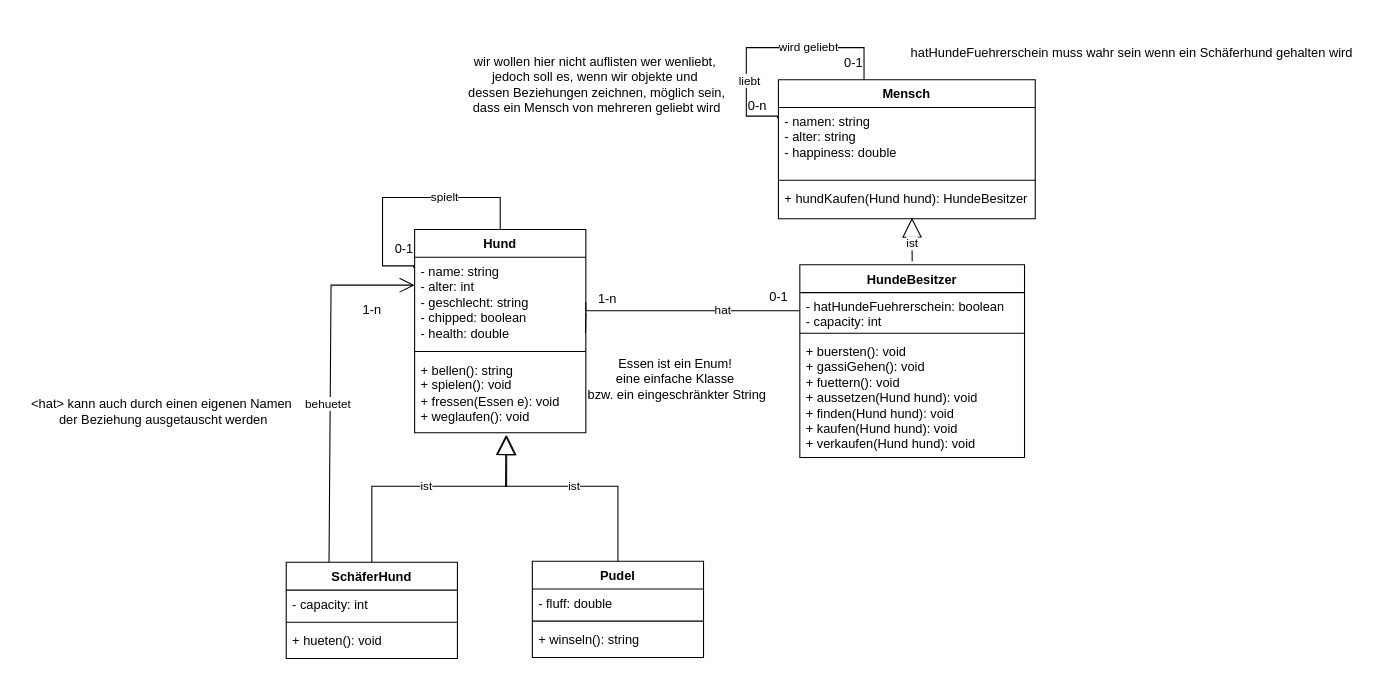
This is JET/modul_1_c#_basics/L04KlassenMethoden/Exercise1/UML/UML-Klassendiagramm-Hunde.drawio from MrStrelow/BBRZ, a draw.io file, before an edit. Source tidied: cells renumbered, new cells numbered last; positions are measured from the earlier drawing's top-left corner, leaving out a move shared by most shapes. Both pictures are drawn from the tidied source at 107%, with x=0, y=0 at pixel (18, 36).
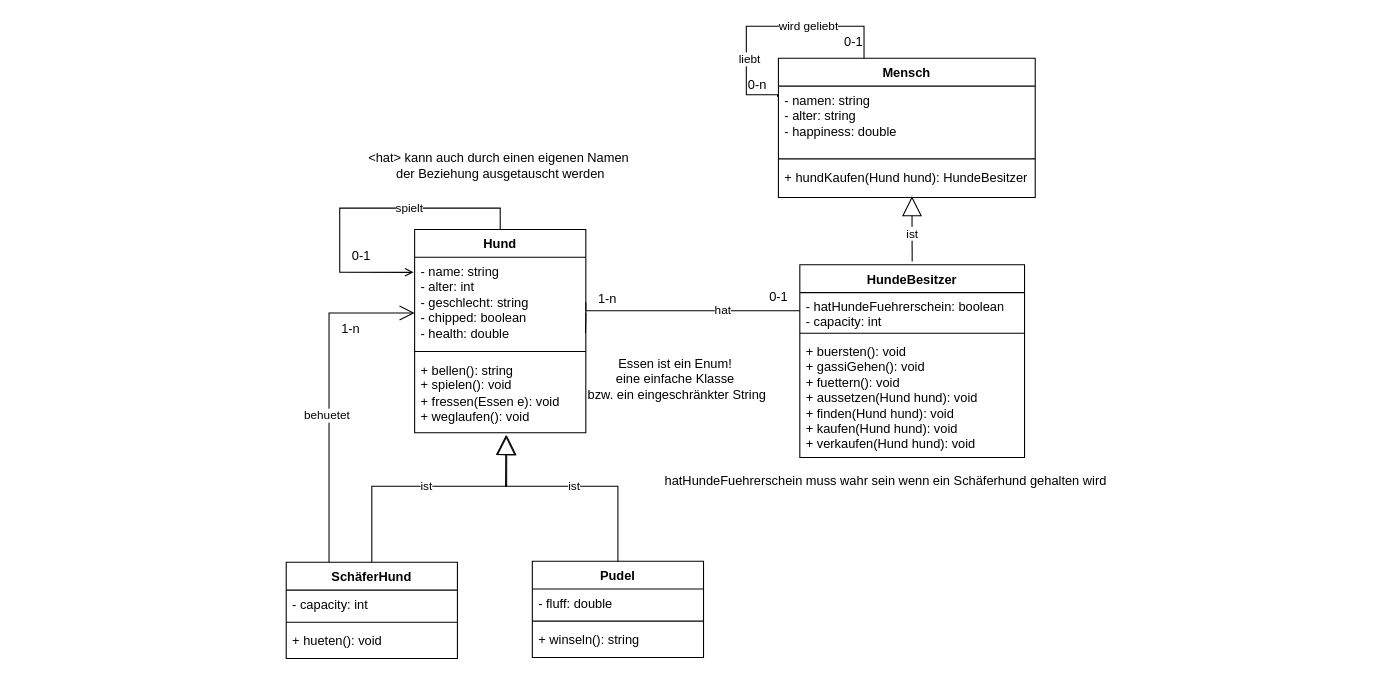
The same diagram, later.

Unchanged cells that the change refers to:
```xml
<mxCell id="2" value="Hund" style="swimlane;fontStyle=1;align=center;verticalAlign=top;horizontal=1;startSize=26;whiteSpace=wrap;html=1;" parent="1" vertex="1">
  <mxGeometry x="370" y="180" width="160" height="190" as="geometry" />
</mxCell>
<mxCell id="3" value="- name: string&lt;div&gt;- alter: int&lt;/div&gt;&lt;div&gt;-&lt;span style=&quot;background-color: initial;&quot;&gt;&amp;nbsp;geschlecht: string&lt;/span&gt;&lt;div&gt;- chipped: boolean&lt;/div&gt;&lt;div&gt;- health: double&lt;/div&gt;&lt;/div&gt;" style="text;strokeColor=none;fillColor=none;align=left;verticalAlign=top;spacingLeft=4;spacingRight=4;overflow=hidden;points=[[0,0.5],[1,0.5]];portConstraint=eastwest;whiteSpace=wrap;html=1;" parent="2" vertex="1">
  <mxGeometry y="26" width="160" height="84" as="geometry" />
</mxCell>
<mxCell id="10" value="SchäferHund" style="swimlane;fontStyle=1;align=center;verticalAlign=top;horizontal=1;startSize=26;whiteSpace=wrap;html=1;" parent="1" vertex="1">
  <mxGeometry x="250" y="491" width="160" height="90" as="geometry" />
</mxCell>
```

What changed in the source:
```diff
@@
     <mxCell id="6" value="Mensch" style="swimlane;fontStyle=1;align=center;verticalAlign=top;horizontal=1;startSize=26;whiteSpace=wrap;html=1;" parent="1" vertex="1">
-      <mxGeometry x="710" y="40" width="240" height="130" as="geometry" />
+      <mxGeometry x="710" y="20" width="240" height="130" as="geometry" />
     </mxCell>
@@
     <mxCell id="15" value="hatHundeFuehrerschein muss wahr sein wenn ein Schäferhund gehalten wird" style="text;html=1;align=center;verticalAlign=middle;strokeColor=none;fillColor=none;" parent="1" vertex="1">
-      <mxGeometry x="820" width="440" height="30" as="geometry" />
+      <mxGeometry x="590" y="400" width="440" height="30" as="geometry" />
     </mxCell>
@@
     <mxCell id="31" value="1-n" style="text;html=1;align=center;verticalAlign=middle;strokeColor=none;fillColor=none;" parent="1" vertex="1">
-      <mxGeometry x="310" y="240" width="40" height="30" as="geometry" />
+      <mxGeometry x="290" y="258" width="40" height="30" as="geometry" />
     </mxCell>
     <mxCell id="32" value="&amp;lt;hat&amp;gt; kann auch durch einen eigenen Namen&amp;nbsp;&lt;div&gt;der Beziehung ausgetauscht werden&lt;/div&gt;" style="text;html=1;align=center;verticalAlign=middle;strokeColor=none;fillColor=none;" parent="1" vertex="1">
-      <mxGeometry y="330" width="270" height="40" as="geometry" />
+      <mxGeometry x="315" y="100" width="270" height="40" as="geometry" />
     </mxCell>
@@
-    <mxCell id="34" value="wir wollen hier nicht auflisten wer wenliebt,&amp;nbsp;&lt;div&gt;jedoch soll es,&amp;nbsp;&lt;span style=&quot;background-color: initial;&quot;&gt;wenn wir objekte und&amp;nbsp;&lt;/span&gt;&lt;/div&gt;&lt;div&gt;&lt;span style=&quot;background-color: initial;&quot;&gt;dessen Beziehungen zeichnen, möglich sein,&lt;/span&gt;&lt;/div&gt;&lt;div&gt;&lt;span style=&quot;background-color: initial;&quot;&gt;dass ein Mensch von mehreren geliebt wird&lt;/span&gt;&lt;/div&gt;" style="text;html=1;align=center;verticalAlign=middle;strokeColor=none;fillColor=none;" parent="1" vertex="1">
-      <mxGeometry x="410" y="10" width="260" height="70" as="geometry" />
-    </mxCell>
     <mxCell id="35" value="0-1" style="text;html=1;align=center;verticalAlign=middle;strokeColor=none;fillColor=none;" parent="1" vertex="1">
-      <mxGeometry x="760" y="10" width="40" height="30" as="geometry" />
+      <mxGeometry x="760" y="-10" width="40" height="30" as="geometry" />
     </mxCell>
     <mxCell id="36" value="0-n" style="text;html=1;align=center;verticalAlign=middle;strokeColor=none;fillColor=none;" parent="1" vertex="1">
-      <mxGeometry x="670" y="50" width="40" height="30" as="geometry" />
+      <mxGeometry x="670" y="30" width="40" height="30" as="geometry" />
     </mxCell>
     <mxCell id="37" style="endArrow=none;html=1;edgeStyle=orthogonalEdgeStyle;rounded=0;exitX=0.5;exitY=0;exitDx=0;exitDy=0;entryX=-0.005;entryY=0.156;entryDx=0;entryDy=0;entryPerimeter=0;" parent="1" edge="1">
       <mxGeometry relative="1" as="geometry">
-        <mxPoint x="790" y="40" as="sourcePoint" />
-        <mxPoint x="709.2" y="76" as="targetPoint" />
+        <mxPoint x="790" y="20" as="sourcePoint" />
+        <mxPoint x="709.2" y="56" as="targetPoint" />
         <Array as="points">
-          <mxPoint x="790" y="10" />
-          <mxPoint x="680" y="10" />
-          <mxPoint x="680" y="74" />
+          <mxPoint x="790" y="-10" />
+          <mxPoint x="680" y="-10" />
+          <mxPoint x="680" y="54" />
         </Array>
       </mxGeometry>
     </mxCell>
@@
     <mxCell id="40" value="0-1" style="text;html=1;align=center;verticalAlign=middle;strokeColor=none;fillColor=none;" parent="1" vertex="1">
-      <mxGeometry x="340" y="183" width="40" height="30" as="geometry" />
+      <mxGeometry x="300" y="190" width="40" height="30" as="geometry" />
     </mxCell>
+    <mxCell id="43" style="endArrow=open;endFill=1;endSize=12;html=1;rounded=0;entryX=-0.012;entryY=0.31;entryDx=0;entryDy=0;entryPerimeter=0;exitX=0.25;exitY=0;exitDx=0;exitDy=0;" parent="1" edge="1" source="10">
+      <mxGeometry relative="1" as="geometry">
+        <mxPoint x="370" y="258" as="targetPoint" />
+        <Array as="points">
+          <mxPoint x="290" y="258" />
+        </Array>
+      </mxGeometry>
+    </mxCell>
+    <mxCell id="44" value="behuetet" style="edgeLabel;html=1;align=center;verticalAlign=middle;" parent="43" vertex="1">
+      <mxGeometry x="-0.12" y="3" relative="1" as="geometry" />
+    </mxCell>
-    <mxCell id="41" style="endArrow=none;html=1;edgeStyle=orthogonalEdgeStyle;rounded=0;exitX=0.5;exitY=0;exitDx=0;exitDy=0;entryX=-0.005;entryY=0.156;entryDx=0;entryDy=0;entryPerimeter=0;" parent="1" edge="1">
+    <mxCell id="41" style="endArrow=open;html=1;edgeStyle=orthogonalEdgeStyle;rounded=0;exitX=0.5;exitY=0;exitDx=0;exitDy=0;entryX=-0.006;entryY=0.167;entryDx=0;entryDy=0;entryPerimeter=0;" parent="1" edge="1" source="2" target="3">
       <mxGeometry relative="1" as="geometry">
-        <mxPoint x="450" y="180" as="sourcePoint" />
-        <mxPoint x="369.2" y="216" as="targetPoint" />
         <Array as="points">
-          <mxPoint x="450" y="150" />
-          <mxPoint x="340" y="150" />
-          <mxPoint x="340" y="214" />
+          <mxPoint x="450" y="160" />
+          <mxPoint x="300" y="160" />
+          <mxPoint x="300" y="220" />
         </Array>
       </mxGeometry>
     </mxCell>
@@
-    <mxCell id="43" style="endArrow=open;endFill=1;endSize=12;html=1;rounded=0;entryX=-0.012;entryY=0.31;entryDx=0;entryDy=0;entryPerimeter=0;exitX=0.25;exitY=0;exitDx=0;exitDy=0;" parent="1" edge="1" source="10">
-      <mxGeometry relative="1" as="geometry">
-        <mxPoint x="370" y="232" as="targetPoint" />
-        <Array as="points">
-          <mxPoint x="291.9" y="232" />
-        </Array>
-      </mxGeometry>
-    </mxCell>
-    <mxCell id="44" value="behuetet" style="edgeLabel;html=1;align=center;verticalAlign=middle;" parent="43" vertex="1">
-      <mxGeometry x="-0.12" y="3" relative="1" as="geometry" />
-    </mxCell>
```
